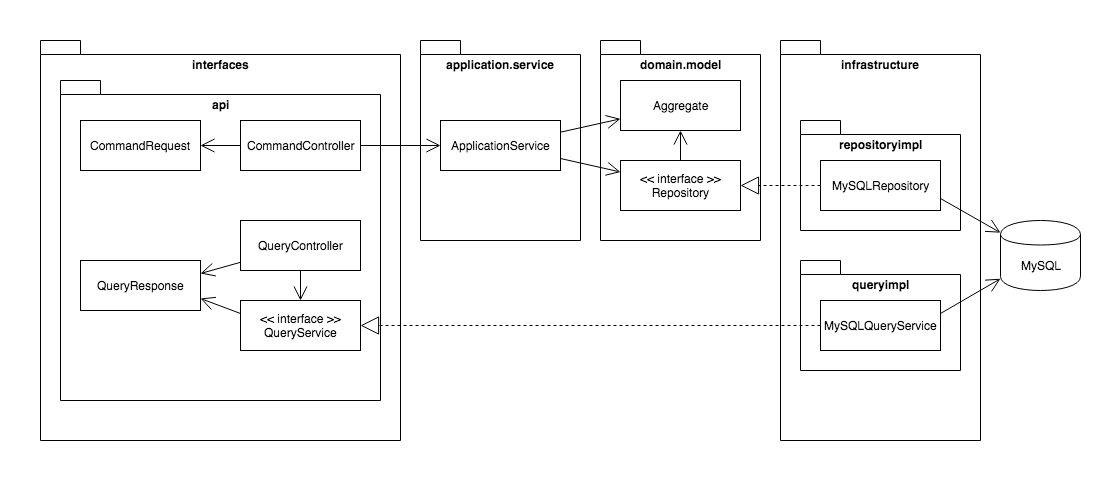
This is doc/architecture.png from os1ma/spring-minimum-cqrs-sample, a draw.io export, as it was before one commit. Source tidied: cells renumbered, new cells last; positions are measured from the earlier drawing's top-left corner, leaving out a move shared by most shapes. Its diagram source:
```xml
<mxGraphModel>
  <root>
    <mxCell id="0" />
    <mxCell id="1" parent="0" />
    <mxCell id="2" style="rounded=0;whiteSpace=wrap;html=1;fillColor=none;strokeColor=none;" parent="1" vertex="1">
      <mxGeometry width="1100" height="480" as="geometry" />
    </mxCell>
    <mxCell id="3" value="infrastructure" style="shape=folder;fontStyle=1;spacingTop=10;tabWidth=40;tabHeight=14;tabPosition=left;html=1;verticalAlign=top;fillColor=none;" parent="1" vertex="1">
      <mxGeometry x="780" y="40" width="200" height="400" as="geometry" />
    </mxCell>
    <mxCell id="4" value="interfaces" style="shape=folder;fontStyle=1;spacingTop=10;tabWidth=40;tabHeight=14;tabPosition=left;html=1;verticalAlign=top;fillColor=none;" parent="1" vertex="1">
      <mxGeometry x="40" y="40" width="360" height="400" as="geometry" />
    </mxCell>
    <mxCell id="5" value="application.service" style="shape=folder;fontStyle=1;spacingTop=10;tabWidth=40;tabHeight=14;tabPosition=left;html=1;verticalAlign=top;fillColor=none;" parent="1" vertex="1">
      <mxGeometry x="420" y="40" width="160" height="200" as="geometry" />
    </mxCell>
    <mxCell id="6" value="domain.model" style="shape=folder;fontStyle=1;spacingTop=10;tabWidth=40;tabHeight=14;tabPosition=left;html=1;verticalAlign=top;fillColor=none;" parent="1" vertex="1">
      <mxGeometry x="600" y="40" width="160" height="200" as="geometry" />
    </mxCell>
    <mxCell id="7" value="api" style="shape=folder;fontStyle=1;spacingTop=10;tabWidth=40;tabHeight=14;tabPosition=left;html=1;verticalAlign=top;fillColor=none;" parent="1" vertex="1">
      <mxGeometry x="60" y="80" width="320" height="320" as="geometry" />
    </mxCell>
    <mxCell id="8" value="CommandController" style="html=1;fillColor=#ffffff;" parent="1" vertex="1">
      <mxGeometry x="240" y="120" width="120" height="50" as="geometry" />
    </mxCell>
    <mxCell id="9" value="repositoryimpl" style="shape=folder;fontStyle=1;spacingTop=10;tabWidth=40;tabHeight=14;tabPosition=left;html=1;verticalAlign=top;fillColor=none;" parent="1" vertex="1">
      <mxGeometry x="800" y="120" width="160" height="110" as="geometry" />
    </mxCell>
    <mxCell id="10" value="CommandRequest" style="html=1;fillColor=#ffffff;" parent="1" vertex="1">
      <mxGeometry x="80" y="120" width="120" height="50" as="geometry" />
    </mxCell>
    <mxCell id="11" value="QueryResponse" style="html=1;fillColor=#ffffff;" parent="1" vertex="1">
      <mxGeometry x="80" y="260" width="120" height="50" as="geometry" />
    </mxCell>
    <mxCell id="12" value="ApplicationService" style="html=1;fillColor=#ffffff;" parent="1" vertex="1">
      <mxGeometry x="440" y="120" width="120" height="50" as="geometry" />
    </mxCell>
    <mxCell id="13" value="Aggregate&lt;br&gt;" style="html=1;fillColor=#ffffff;" parent="1" vertex="1">
      <mxGeometry x="620" y="80" width="120" height="50" as="geometry" />
    </mxCell>
    <mxCell id="14" value="&amp;lt;&amp;lt; interface &amp;gt;&amp;gt;&lt;br&gt;Repository&lt;br&gt;" style="html=1;fillColor=#ffffff;" parent="1" vertex="1">
      <mxGeometry x="620" y="160" width="120" height="50" as="geometry" />
    </mxCell>
    <mxCell id="15" value="MySQLRepository&lt;br&gt;" style="html=1;fillColor=#ffffff;" parent="1" vertex="1">
      <mxGeometry x="820" y="160" width="120" height="50" as="geometry" />
    </mxCell>
    <mxCell id="16" style="endArrow=block;endSize=16;endFill=0;html=1;dashed=1;rounded=0;" parent="1" edge="1" source="27" target="24">
      <mxGeometry relative="1" as="geometry" />
    </mxCell>
    <mxCell id="17" style="endArrow=block;endSize=16;endFill=0;html=1;dashed=1;rounded=0;" parent="1" edge="1" source="15" target="14">
      <mxGeometry relative="1" as="geometry" />
    </mxCell>
    <mxCell id="18" style="endArrow=open;endFill=1;endSize=12;html=1;rounded=0;" parent="1" edge="1" source="8" target="10">
      <mxGeometry relative="1" as="geometry" />
    </mxCell>
    <mxCell id="19" style="endArrow=open;endFill=1;endSize=12;html=1;rounded=0;" parent="1" edge="1" source="8" target="12">
      <mxGeometry relative="1" as="geometry" />
    </mxCell>
    <mxCell id="20" style="endArrow=open;endFill=1;endSize=12;html=1;rounded=0;" parent="1" edge="1" source="12" target="13">
      <mxGeometry relative="1" as="geometry" />
    </mxCell>
    <mxCell id="21" style="endArrow=open;endFill=1;endSize=12;html=1;rounded=0;exitX=1;exitY=0.75;exitDx=0;exitDy=0;" parent="1" edge="1" source="12" target="14">
      <mxGeometry relative="1" as="geometry" />
    </mxCell>
    <mxCell id="22" style="endArrow=open;endFill=1;endSize=12;html=1;rounded=0;" parent="1" edge="1" source="31" target="24">
      <mxGeometry relative="1" as="geometry" />
    </mxCell>
    <mxCell id="23" style="endArrow=open;endFill=1;endSize=12;html=1;rounded=0;entryX=1;entryY=0.25;entryDx=0;entryDy=0;" parent="1" edge="1" source="31" target="11">
      <mxGeometry relative="1" as="geometry" />
    </mxCell>
    <mxCell id="24" value="&amp;lt;&amp;lt; interface &amp;gt;&amp;gt;&lt;br&gt;QueryService&lt;br&gt;" style="html=1;fillColor=#ffffff;" parent="1" vertex="1">
      <mxGeometry x="240" y="300" width="120" height="50" as="geometry" />
    </mxCell>
    <mxCell id="25" style="endArrow=open;endFill=1;endSize=12;html=1;rounded=0;" parent="1" edge="1" source="14" target="13">
      <mxGeometry relative="1" as="geometry" />
    </mxCell>
    <mxCell id="26" value="queryimpl" style="shape=folder;fontStyle=1;spacingTop=10;tabWidth=40;tabHeight=14;tabPosition=left;html=1;verticalAlign=top;fillColor=none;" parent="1" vertex="1">
      <mxGeometry x="800" y="260" width="160" height="110" as="geometry" />
    </mxCell>
    <mxCell id="27" value="MySQLQueryService&lt;br&gt;" style="html=1;fillColor=#ffffff;" parent="1" vertex="1">
      <mxGeometry x="820" y="300" width="120" height="50" as="geometry" />
    </mxCell>
    <mxCell id="28" value="MySQL" style="shape=cylinder;whiteSpace=wrap;html=1;boundedLbl=1;backgroundOutline=1;fillColor=#ffffff;" parent="1" vertex="1">
      <mxGeometry x="1000" y="220" width="80" height="70" as="geometry" />
    </mxCell>
    <mxCell id="29" style="endArrow=open;endFill=1;endSize=12;html=1;rounded=0;exitX=1;exitY=0.75;exitDx=0;exitDy=0;" parent="1" edge="1" source="15" target="28">
      <mxGeometry relative="1" as="geometry" />
    </mxCell>
    <mxCell id="30" style="endArrow=open;endFill=1;endSize=12;html=1;rounded=0;exitX=1;exitY=0.25;exitDx=0;exitDy=0;" parent="1" edge="1" source="27" target="28">
      <mxGeometry relative="1" as="geometry" />
    </mxCell>
    <mxCell id="31" value="QueryController" style="html=1;fillColor=#ffffff;" parent="1" vertex="1">
      <mxGeometry x="240" y="220" width="120" height="50" as="geometry" />
    </mxCell>
    <mxCell id="32" style="endArrow=open;endFill=1;endSize=12;html=1;rounded=0;entryX=1;entryY=0.75;entryDx=0;entryDy=0;exitX=0;exitY=0.25;exitDx=0;exitDy=0;" parent="1" edge="1" source="24" target="11">
      <mxGeometry relative="1" as="geometry" />
    </mxCell>
  </root>
</mxGraphModel>
```
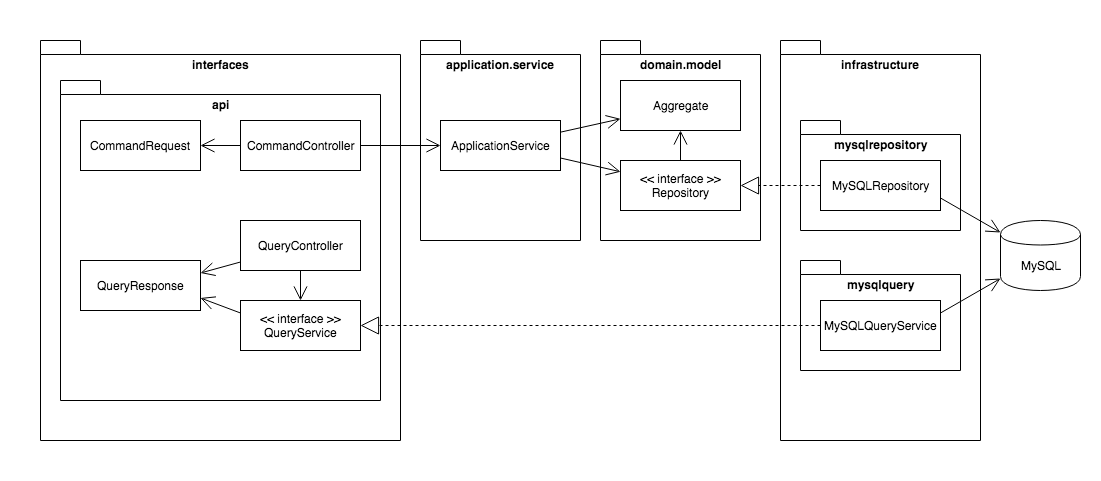
Later version of the same file.

Commit message:
Update artitecture and model diagram

What changed in the source:
```diff
@@ -23,7 +23,7 @@
     <mxCell id="8" value="CommandController" style="html=1;fillColor=#ffffff;" parent="1" vertex="1">
       <mxGeometry x="240" y="120" width="120" height="50" as="geometry" />
     </mxCell>
-    <mxCell id="9" value="repositoryimpl" style="shape=folder;fontStyle=1;spacingTop=10;tabWidth=40;tabHeight=14;tabPosition=left;html=1;verticalAlign=top;fillColor=none;" parent="1" vertex="1">
+    <mxCell id="9" value="mysqlrepository" style="shape=folder;fontStyle=1;spacingTop=10;tabWidth=40;tabHeight=14;tabPosition=left;html=1;verticalAlign=top;fillColor=none;" parent="1" vertex="1">
       <mxGeometry x="800" y="120" width="160" height="110" as="geometry" />
     </mxCell>
     <mxCell id="10" value="CommandRequest" style="html=1;fillColor=#ffffff;" parent="1" vertex="1">
@@ -74,7 +74,7 @@
     <mxCell id="25" style="endArrow=open;endFill=1;endSize=12;html=1;rounded=0;" parent="1" edge="1" source="14" target="13">
       <mxGeometry relative="1" as="geometry" />
     </mxCell>
-    <mxCell id="26" value="queryimpl" style="shape=folder;fontStyle=1;spacingTop=10;tabWidth=40;tabHeight=14;tabPosition=left;html=1;verticalAlign=top;fillColor=none;" parent="1" vertex="1">
+    <mxCell id="26" value="mysqlquery" style="shape=folder;fontStyle=1;spacingTop=10;tabWidth=40;tabHeight=14;tabPosition=left;html=1;verticalAlign=top;fillColor=none;" parent="1" vertex="1">
       <mxGeometry x="800" y="260" width="160" height="110" as="geometry" />
     </mxCell>
     <mxCell id="27" value="MySQLQueryService&lt;br&gt;" style="html=1;fillColor=#ffffff;" parent="1" vertex="1">
```
